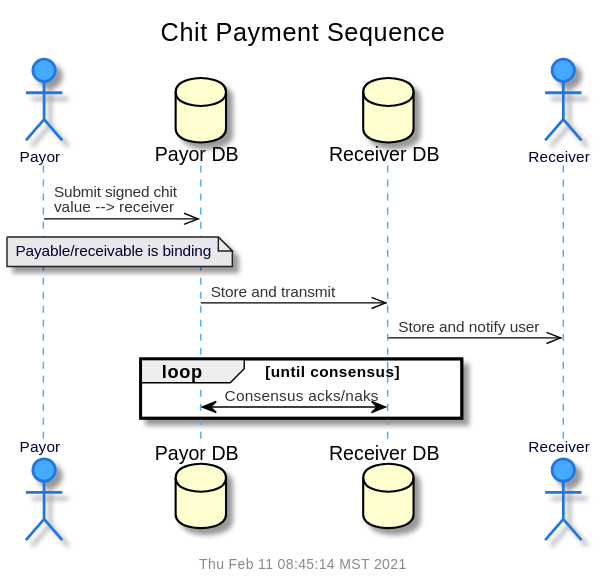
The PlantUML diagram doc/uml/seq-chit-pmt.svg in gotchoices/MyCHIPs, before a commit.
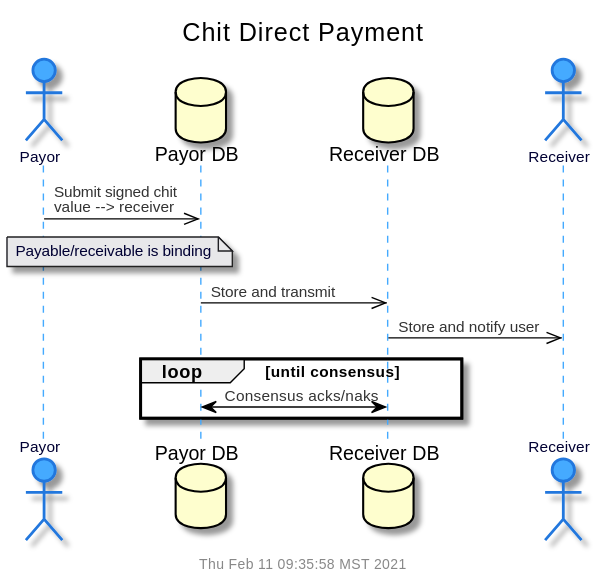
Later version of the same file.

What changed in the source:
```diff
@@ -1,6 +1,6 @@
 @startuml
 !include common.puml
-$title(Chit Payment Sequence)
+$title(Chit Direct Payment)
 actor "Payor" as pay
 database "Payor DB" as payDB
 database "Receiver DB" as recDB
```
